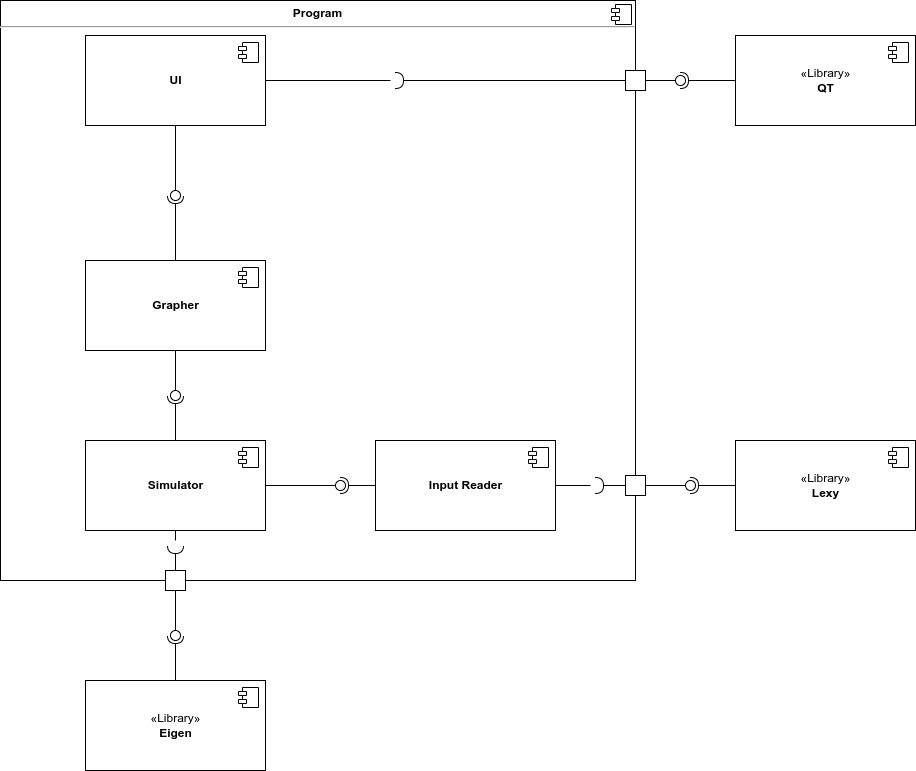
Above: design/diagrams/component/high level components.png in EmmanuelMess/ConstraintBasedSimulator (draw.io), before the change. Source tidied: cells renumbered, new cells last; positions are measured from the earlier drawing's top-left corner, leaving out a move shared by most shapes. The source it was exported from:
```xml
<mxGraphModel>
  <root>
    <mxCell id="0" />
    <mxCell id="1" parent="0" />
    <mxCell id="2" value="&lt;p style=&quot;margin:0px;margin-top:6px;text-align:center;&quot;&gt;&lt;b&gt;Program&lt;/b&gt;&lt;/p&gt;&lt;hr&gt;&lt;p style=&quot;margin:0px;margin-left:8px;&quot;&gt;&lt;br&gt;&lt;/p&gt;" style="align=left;overflow=fill;html=1;shadow=0;" parent="1" vertex="1">
      <mxGeometry width="635" height="580" as="geometry" />
    </mxCell>
    <mxCell id="3" style="shape=component;jettyWidth=8;jettyHeight=4;" parent="2" vertex="1">
      <mxGeometry x="1" width="20" height="20" relative="1" as="geometry">
        <mxPoint x="-24" y="4" as="offset" />
      </mxGeometry>
    </mxCell>
    <mxCell id="4" value="&lt;b&gt;UI&lt;/b&gt;" style="html=1;" parent="1" vertex="1">
      <mxGeometry x="85" y="35" width="180" height="90" as="geometry" />
    </mxCell>
    <mxCell id="5" style="shape=module;jettyWidth=8;jettyHeight=4;" parent="4" vertex="1">
      <mxGeometry x="1" width="20" height="20" relative="1" as="geometry">
        <mxPoint x="-27" y="7" as="offset" />
      </mxGeometry>
    </mxCell>
    <mxCell id="6" value="«Library»&lt;br&gt;&lt;b&gt;QT&lt;/b&gt;" style="html=1;" parent="1" vertex="1">
      <mxGeometry x="735" y="35" width="180" height="90" as="geometry" />
    </mxCell>
    <mxCell id="7" style="shape=module;jettyWidth=8;jettyHeight=4;" parent="6" vertex="1">
      <mxGeometry x="1" width="20" height="20" relative="1" as="geometry">
        <mxPoint x="-27" y="7" as="offset" />
      </mxGeometry>
    </mxCell>
    <mxCell id="8" value="&lt;b&gt;Grapher&lt;/b&gt;" style="html=1;" parent="1" vertex="1">
      <mxGeometry x="85" y="260" width="180" height="90" as="geometry" />
    </mxCell>
    <mxCell id="9" style="shape=module;jettyWidth=8;jettyHeight=4;" parent="8" vertex="1">
      <mxGeometry x="1" width="20" height="20" relative="1" as="geometry">
        <mxPoint x="-27" y="7" as="offset" />
      </mxGeometry>
    </mxCell>
    <mxCell id="10" style="rounded=0;jettySize=auto;html=1;endArrow=none;endFill=0;sketch=0;sourcePerimeterSpacing=0;targetPerimeterSpacing=0;" parent="1" edge="1" source="4" target="12">
      <mxGeometry relative="1" as="geometry" />
    </mxCell>
    <mxCell id="11" style="rounded=0;jettySize=auto;html=1;endArrow=halfCircle;endFill=0;entryX=0.5;entryY=0.5;endSize=6;strokeWidth=1;sketch=0;" parent="1" edge="1" source="8" target="12">
      <mxGeometry relative="1" as="geometry" />
    </mxCell>
    <mxCell id="12" style="ellipse;whiteSpace=wrap;html=1;align=center;points=[];outlineConnect=0;sketch=0;direction=south;" parent="1" vertex="1">
      <mxGeometry x="170" y="190" width="10" height="10" as="geometry" />
    </mxCell>
    <mxCell id="13" value="&lt;b&gt;Simulator&lt;/b&gt;" style="html=1;" parent="1" vertex="1">
      <mxGeometry x="85" y="440" width="180" height="90" as="geometry" />
    </mxCell>
    <mxCell id="14" style="shape=module;jettyWidth=8;jettyHeight=4;" parent="13" vertex="1">
      <mxGeometry x="1" width="20" height="20" relative="1" as="geometry">
        <mxPoint x="-27" y="7" as="offset" />
      </mxGeometry>
    </mxCell>
    <mxCell id="15" style="rounded=0;jettySize=auto;html=1;endArrow=none;endFill=0;sketch=0;sourcePerimeterSpacing=0;targetPerimeterSpacing=0;" parent="1" edge="1" source="8" target="17">
      <mxGeometry relative="1" as="geometry" />
    </mxCell>
    <mxCell id="16" style="rounded=0;jettySize=auto;html=1;endArrow=halfCircle;endFill=0;entryX=0.5;entryY=0.5;endSize=6;strokeWidth=1;sketch=0;" parent="1" edge="1" source="13" target="17">
      <mxGeometry relative="1" as="geometry" />
    </mxCell>
    <mxCell id="17" style="ellipse;whiteSpace=wrap;html=1;align=center;points=[];outlineConnect=0;sketch=0;" parent="1" vertex="1">
      <mxGeometry x="170" y="390" width="10" height="10" as="geometry" />
    </mxCell>
    <mxCell id="18" value="&lt;b&gt;Input Reader&lt;/b&gt;" style="html=1;" parent="1" vertex="1">
      <mxGeometry x="375" y="440" width="180" height="90" as="geometry" />
    </mxCell>
    <mxCell id="19" style="shape=module;jettyWidth=8;jettyHeight=4;" parent="18" vertex="1">
      <mxGeometry x="1" width="20" height="20" relative="1" as="geometry">
        <mxPoint x="-27" y="7" as="offset" />
      </mxGeometry>
    </mxCell>
    <mxCell id="20" style="rounded=0;jettySize=auto;html=1;endArrow=none;endFill=0;sketch=0;sourcePerimeterSpacing=0;targetPerimeterSpacing=0;" parent="1" edge="1" source="13" target="22">
      <mxGeometry relative="1" as="geometry" />
    </mxCell>
    <mxCell id="21" style="rounded=0;jettySize=auto;html=1;endArrow=halfCircle;endFill=0;entryX=0.5;entryY=0.5;endSize=6;strokeWidth=1;sketch=0;" parent="1" edge="1" source="18" target="22">
      <mxGeometry relative="1" as="geometry" />
    </mxCell>
    <mxCell id="22" style="ellipse;whiteSpace=wrap;html=1;align=center;points=[];outlineConnect=0;sketch=0;" parent="1" vertex="1">
      <mxGeometry x="335" y="480" width="10" height="10" as="geometry" />
    </mxCell>
    <mxCell id="23" value="«Library»&lt;br&gt;&lt;b&gt;Eigen&lt;/b&gt;" style="html=1;" parent="1" vertex="1">
      <mxGeometry x="85" y="680" width="180" height="90" as="geometry" />
    </mxCell>
    <mxCell id="24" style="shape=module;jettyWidth=8;jettyHeight=4;" parent="23" vertex="1">
      <mxGeometry x="1" width="20" height="20" relative="1" as="geometry">
        <mxPoint x="-27" y="7" as="offset" />
      </mxGeometry>
    </mxCell>
    <mxCell id="25" value="«Library»&lt;br&gt;&lt;b&gt;Lexy&lt;/b&gt;" style="html=1;" parent="1" vertex="1">
      <mxGeometry x="735" y="440" width="180" height="90" as="geometry" />
    </mxCell>
    <mxCell id="26" style="shape=module;jettyWidth=8;jettyHeight=4;" parent="25" vertex="1">
      <mxGeometry x="1" width="20" height="20" relative="1" as="geometry">
        <mxPoint x="-27" y="7" as="offset" />
      </mxGeometry>
    </mxCell>
    <mxCell id="27" style="html=1;rounded=0;fillColor=default;" parent="1" vertex="1">
      <mxGeometry x="625" y="70" width="20" height="20" as="geometry" />
    </mxCell>
    <mxCell id="28" style="html=1;rounded=0;fillColor=default;" parent="1" vertex="1">
      <mxGeometry x="625" y="475" width="20" height="20" as="geometry" />
    </mxCell>
    <mxCell id="29" style="html=1;rounded=0;fillColor=default;" parent="1" vertex="1">
      <mxGeometry x="165" y="570" width="20" height="20" as="geometry" />
    </mxCell>
    <mxCell id="30" style="rounded=0;jettySize=auto;html=1;endArrow=none;endFill=0;sketch=0;sourcePerimeterSpacing=0;targetPerimeterSpacing=0;" parent="1" edge="1" source="27" target="32">
      <mxGeometry relative="1" as="geometry" />
    </mxCell>
    <mxCell id="31" style="rounded=0;jettySize=auto;html=1;endArrow=halfCircle;endFill=0;entryX=0.5;entryY=0.5;endSize=6;strokeWidth=1;sketch=0;" parent="1" edge="1" source="6" target="32">
      <mxGeometry relative="1" as="geometry" />
    </mxCell>
    <mxCell id="32" style="ellipse;whiteSpace=wrap;html=1;align=center;points=[];outlineConnect=0;sketch=0;fillColor=default;" parent="1" vertex="1">
      <mxGeometry x="675" y="75" width="10" height="10" as="geometry" />
    </mxCell>
    <mxCell id="33" style="rounded=0;jettySize=auto;html=1;endArrow=none;endFill=0;sketch=0;sourcePerimeterSpacing=0;targetPerimeterSpacing=0;" parent="1" edge="1" source="28" target="35">
      <mxGeometry relative="1" as="geometry" />
    </mxCell>
    <mxCell id="34" style="rounded=0;jettySize=auto;html=1;endArrow=halfCircle;endFill=0;entryX=0.5;entryY=0.5;endSize=6;strokeWidth=1;sketch=0;" parent="1" edge="1" source="25" target="35">
      <mxGeometry relative="1" as="geometry" />
    </mxCell>
    <mxCell id="35" style="ellipse;whiteSpace=wrap;html=1;align=center;points=[];outlineConnect=0;sketch=0;fillColor=default;" parent="1" vertex="1">
      <mxGeometry x="685" y="480" width="10" height="10" as="geometry" />
    </mxCell>
    <mxCell id="36" style="rounded=0;jettySize=auto;html=1;endArrow=none;endFill=0;sketch=0;sourcePerimeterSpacing=0;targetPerimeterSpacing=0;" parent="1" edge="1" source="29" target="38">
      <mxGeometry relative="1" as="geometry" />
    </mxCell>
    <mxCell id="37" style="rounded=0;jettySize=auto;html=1;endArrow=halfCircle;endFill=0;entryX=0.5;entryY=0.5;endSize=6;strokeWidth=1;sketch=0;" parent="1" edge="1" source="23" target="38">
      <mxGeometry relative="1" as="geometry" />
    </mxCell>
    <mxCell id="38" style="ellipse;whiteSpace=wrap;html=1;align=center;points=[];outlineConnect=0;sketch=0;fillColor=default;" parent="1" vertex="1">
      <mxGeometry x="170" y="630" width="10" height="10" as="geometry" />
    </mxCell>
    <mxCell id="39" style="rounded=0;jettySize=auto;html=1;endArrow=none;endFill=0;sketch=0;sourcePerimeterSpacing=0;targetPerimeterSpacing=0;" parent="1" edge="1" source="4">
      <mxGeometry relative="1" as="geometry">
        <mxPoint x="390" y="80" as="targetPoint" />
      </mxGeometry>
    </mxCell>
    <mxCell id="40" style="rounded=0;jettySize=auto;html=1;endArrow=halfCircle;endFill=0;entryX=0.5;entryY=0.5;endSize=6;strokeWidth=1;sketch=0;" parent="1" edge="1" source="27">
      <mxGeometry relative="1" as="geometry">
        <mxPoint x="395" y="80" as="targetPoint" />
      </mxGeometry>
    </mxCell>
    <mxCell id="41" style="rounded=0;jettySize=auto;html=1;endArrow=none;endFill=0;sketch=0;sourcePerimeterSpacing=0;targetPerimeterSpacing=0;" parent="1" edge="1" source="18">
      <mxGeometry relative="1" as="geometry">
        <mxPoint x="590" y="485" as="targetPoint" />
      </mxGeometry>
    </mxCell>
    <mxCell id="42" style="rounded=0;jettySize=auto;html=1;endArrow=halfCircle;endFill=0;entryX=0.5;entryY=0.5;endSize=6;strokeWidth=1;sketch=0;" parent="1" edge="1" source="28">
      <mxGeometry relative="1" as="geometry">
        <mxPoint x="595" y="485" as="targetPoint" />
      </mxGeometry>
    </mxCell>
    <mxCell id="43" style="rounded=0;jettySize=auto;html=1;endArrow=none;endFill=0;sketch=0;sourcePerimeterSpacing=0;targetPerimeterSpacing=0;" parent="1" edge="1" source="13">
      <mxGeometry relative="1" as="geometry">
        <mxPoint x="175" y="540" as="targetPoint" />
      </mxGeometry>
    </mxCell>
    <mxCell id="44" style="rounded=0;jettySize=auto;html=1;endArrow=halfCircle;endFill=0;entryX=0.5;entryY=0.5;endSize=6;strokeWidth=1;sketch=0;" parent="1" edge="1" source="29">
      <mxGeometry relative="1" as="geometry">
        <mxPoint x="175" y="545" as="targetPoint" />
      </mxGeometry>
    </mxCell>
  </root>
</mxGraphModel>
```
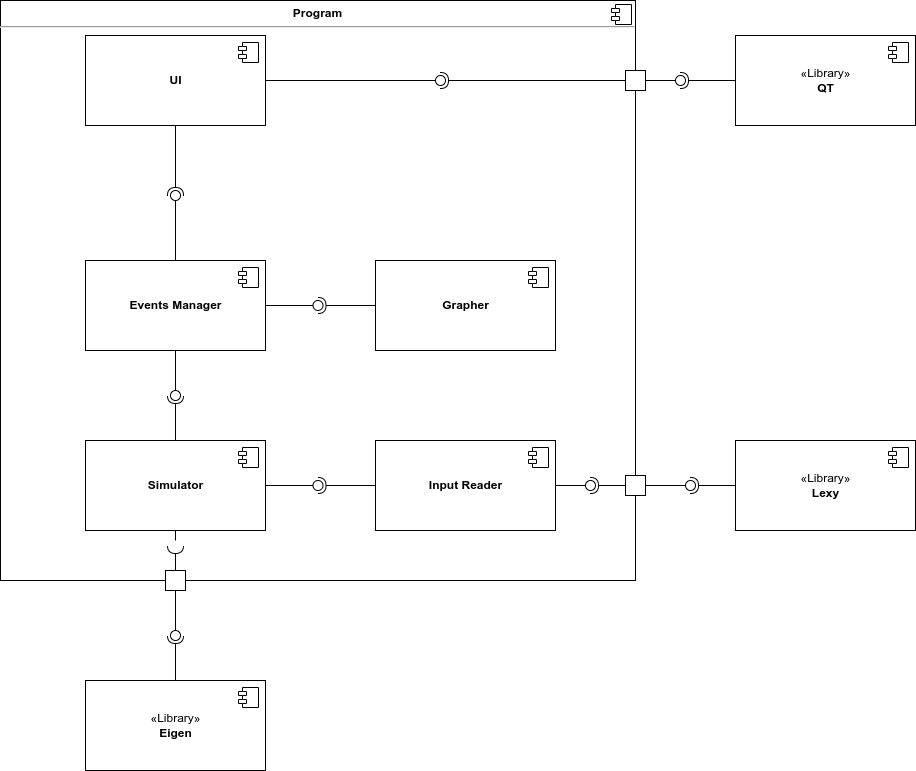
Above is the later version.

Commit message:
Add events manager to design

What changed in the source:
```diff
@@ -2,7 +2,7 @@
   <root>
     <mxCell id="0" />
     <mxCell id="1" parent="0" />
-    <mxCell id="2" value="&lt;p style=&quot;margin:0px;margin-top:6px;text-align:center;&quot;&gt;&lt;b&gt;Program&lt;/b&gt;&lt;/p&gt;&lt;hr&gt;&lt;p style=&quot;margin:0px;margin-left:8px;&quot;&gt;&lt;br&gt;&lt;/p&gt;" style="align=left;overflow=fill;html=1;shadow=0;" parent="1" vertex="1">
+    <mxCell id="2" value="&lt;p style=&quot;margin:0px;margin-top:6px;text-align:center;&quot;&gt;&lt;b&gt;Program&lt;/b&gt;&lt;/p&gt;&lt;hr&gt;&lt;p style=&quot;margin:0px;margin-left:8px;&quot;&gt;&lt;br&gt;&lt;/p&gt;" style="align=left;overflow=fill;html=1;shadow=0;fillColor=default;" parent="1" vertex="1">
       <mxGeometry width="635" height="580" as="geometry" />
     </mxCell>
     <mxCell id="3" style="shape=component;jettyWidth=8;jettyHeight=4;" parent="2" vertex="1">
@@ -26,18 +26,10 @@
         <mxPoint x="-27" y="7" as="offset" />
       </mxGeometry>
     </mxCell>
-    <mxCell id="8" value="&lt;b&gt;Grapher&lt;/b&gt;" style="html=1;" parent="1" vertex="1">
-      <mxGeometry x="85" y="260" width="180" height="90" as="geometry" />
-    </mxCell>
-    <mxCell id="9" style="shape=module;jettyWidth=8;jettyHeight=4;" parent="8" vertex="1">
-      <mxGeometry x="1" width="20" height="20" relative="1" as="geometry">
-        <mxPoint x="-27" y="7" as="offset" />
-      </mxGeometry>
-    </mxCell>
-    <mxCell id="10" style="rounded=0;jettySize=auto;html=1;endArrow=none;endFill=0;sketch=0;sourcePerimeterSpacing=0;targetPerimeterSpacing=0;" parent="1" edge="1" source="4" target="12">
+    <mxCell id="10" style="rounded=0;jettySize=auto;html=1;endArrow=none;endFill=0;sketch=0;sourcePerimeterSpacing=0;targetPerimeterSpacing=0;" parent="1" edge="1" source="45" target="12">
       <mxGeometry relative="1" as="geometry" />
     </mxCell>
-    <mxCell id="11" style="rounded=0;jettySize=auto;html=1;endArrow=halfCircle;endFill=0;entryX=0.5;entryY=0.5;endSize=6;strokeWidth=1;sketch=0;" parent="1" edge="1" source="8" target="12">
+    <mxCell id="11" style="rounded=0;jettySize=auto;html=1;endArrow=halfCircle;endFill=0;entryX=0.5;entryY=0.5;endSize=6;strokeWidth=1;sketch=0;" parent="1" edge="1" source="4" target="12">
       <mxGeometry relative="1" as="geometry" />
     </mxCell>
     <mxCell id="12" style="ellipse;whiteSpace=wrap;html=1;align=center;points=[];outlineConnect=0;sketch=0;direction=south;" parent="1" vertex="1">
@@ -51,7 +43,7 @@
         <mxPoint x="-27" y="7" as="offset" />
       </mxGeometry>
     </mxCell>
-    <mxCell id="15" style="rounded=0;jettySize=auto;html=1;endArrow=none;endFill=0;sketch=0;sourcePerimeterSpacing=0;targetPerimeterSpacing=0;" parent="1" edge="1" source="8" target="17">
+    <mxCell id="15" style="rounded=0;jettySize=auto;html=1;endArrow=none;endFill=0;sketch=0;sourcePerimeterSpacing=0;targetPerimeterSpacing=0;exitX=0.5;exitY=1;exitDx=0;exitDy=0;" parent="1" edge="1" source="45" target="17">
       <mxGeometry relative="1" as="geometry" />
     </mxCell>
     <mxCell id="16" style="rounded=0;jettySize=auto;html=1;endArrow=halfCircle;endFill=0;entryX=0.5;entryY=0.5;endSize=6;strokeWidth=1;sketch=0;" parent="1" edge="1" source="13" target="17">
@@ -75,7 +67,7 @@
       <mxGeometry relative="1" as="geometry" />
     </mxCell>
     <mxCell id="22" style="ellipse;whiteSpace=wrap;html=1;align=center;points=[];outlineConnect=0;sketch=0;" parent="1" vertex="1">
-      <mxGeometry x="335" y="480" width="10" height="10" as="geometry" />
+      <mxGeometry x="312.5" y="480" width="10" height="10" as="geometry" />
     </mxCell>
     <mxCell id="23" value="«Library»&lt;br&gt;&lt;b&gt;Eigen&lt;/b&gt;" style="html=1;" parent="1" vertex="1">
       <mxGeometry x="85" y="680" width="180" height="90" as="geometry" />
@@ -129,26 +121,6 @@
     <mxCell id="38" style="ellipse;whiteSpace=wrap;html=1;align=center;points=[];outlineConnect=0;sketch=0;fillColor=default;" parent="1" vertex="1">
       <mxGeometry x="170" y="630" width="10" height="10" as="geometry" />
     </mxCell>
-    <mxCell id="39" style="rounded=0;jettySize=auto;html=1;endArrow=none;endFill=0;sketch=0;sourcePerimeterSpacing=0;targetPerimeterSpacing=0;" parent="1" edge="1" source="4">
-      <mxGeometry relative="1" as="geometry">
-        <mxPoint x="390" y="80" as="targetPoint" />
-      </mxGeometry>
-    </mxCell>
-    <mxCell id="40" style="rounded=0;jettySize=auto;html=1;endArrow=halfCircle;endFill=0;entryX=0.5;entryY=0.5;endSize=6;strokeWidth=1;sketch=0;" parent="1" edge="1" source="27">
-      <mxGeometry relative="1" as="geometry">
-        <mxPoint x="395" y="80" as="targetPoint" />
-      </mxGeometry>
-    </mxCell>
-    <mxCell id="41" style="rounded=0;jettySize=auto;html=1;endArrow=none;endFill=0;sketch=0;sourcePerimeterSpacing=0;targetPerimeterSpacing=0;" parent="1" edge="1" source="18">
-      <mxGeometry relative="1" as="geometry">
-        <mxPoint x="590" y="485" as="targetPoint" />
-      </mxGeometry>
-    </mxCell>
-    <mxCell id="42" style="rounded=0;jettySize=auto;html=1;endArrow=halfCircle;endFill=0;entryX=0.5;entryY=0.5;endSize=6;strokeWidth=1;sketch=0;" parent="1" edge="1" source="28">
-      <mxGeometry relative="1" as="geometry">
-        <mxPoint x="595" y="485" as="targetPoint" />
-      </mxGeometry>
-    </mxCell>
     <mxCell id="43" style="rounded=0;jettySize=auto;html=1;endArrow=none;endFill=0;sketch=0;sourcePerimeterSpacing=0;targetPerimeterSpacing=0;" parent="1" edge="1" source="13">
       <mxGeometry relative="1" as="geometry">
         <mxPoint x="175" y="540" as="targetPoint" />
@@ -159,5 +131,48 @@
         <mxPoint x="175" y="545" as="targetPoint" />
       </mxGeometry>
     </mxCell>
+    <mxCell id="45" value="&lt;b&gt;Events Manager&lt;/b&gt;" style="html=1;" parent="1" vertex="1">
+      <mxGeometry x="85" y="260" width="180" height="90" as="geometry" />
+    </mxCell>
+    <mxCell id="46" style="shape=module;jettyWidth=8;jettyHeight=4;" parent="45" vertex="1">
+      <mxGeometry x="1" width="20" height="20" relative="1" as="geometry">
+        <mxPoint x="-27" y="7" as="offset" />
+      </mxGeometry>
+    </mxCell>
+    <mxCell id="8" value="&lt;b&gt;Grapher&lt;/b&gt;" style="html=1;" parent="1" vertex="1">
+      <mxGeometry x="375" y="260" width="180" height="90" as="geometry" />
+    </mxCell>
+    <mxCell id="47" style="shape=module;jettyWidth=8;jettyHeight=4;" parent="8" vertex="1">
+      <mxGeometry x="1" width="20" height="20" relative="1" as="geometry">
+        <mxPoint x="-27" y="7" as="offset" />
+      </mxGeometry>
+    </mxCell>
+    <mxCell id="48" style="rounded=0;jettySize=auto;html=1;endArrow=none;endFill=0;sketch=0;sourcePerimeterSpacing=0;targetPerimeterSpacing=0;" parent="1" edge="1" source="45" target="50">
+      <mxGeometry relative="1" as="geometry" />
+    </mxCell>
+    <mxCell id="49" style="rounded=0;jettySize=auto;html=1;endArrow=halfCircle;endFill=0;entryX=0.5;entryY=0.5;endSize=6;strokeWidth=1;sketch=0;" parent="1" edge="1" source="8" target="50">
+      <mxGeometry relative="1" as="geometry" />
+    </mxCell>
+    <mxCell id="50" style="ellipse;whiteSpace=wrap;html=1;align=center;points=[];outlineConnect=0;sketch=0;" parent="1" vertex="1">
+      <mxGeometry x="312.5" y="300" width="10" height="10" as="geometry" />
+    </mxCell>
+    <mxCell id="51" style="rounded=0;jettySize=auto;html=1;endArrow=none;endFill=0;sketch=0;sourcePerimeterSpacing=0;targetPerimeterSpacing=0;exitX=1;exitY=0.5;exitDx=0;exitDy=0;" parent="1" edge="1" source="4" target="53">
+      <mxGeometry relative="1" as="geometry" />
+    </mxCell>
+    <mxCell id="52" style="rounded=0;jettySize=auto;html=1;endArrow=halfCircle;endFill=0;entryX=0.5;entryY=0.5;endSize=6;strokeWidth=1;sketch=0;exitX=0;exitY=0.5;exitDx=0;exitDy=0;" parent="1" edge="1" source="27" target="53">
+      <mxGeometry relative="1" as="geometry" />
+    </mxCell>
+    <mxCell id="53" style="ellipse;whiteSpace=wrap;html=1;align=center;points=[];outlineConnect=0;sketch=0;fillColor=default;" parent="1" vertex="1">
+      <mxGeometry x="435" y="75" width="10" height="10" as="geometry" />
+    </mxCell>
+    <mxCell id="54" style="rounded=0;jettySize=auto;html=1;endArrow=none;endFill=0;sketch=0;sourcePerimeterSpacing=0;targetPerimeterSpacing=0;exitX=1;exitY=0.5;exitDx=0;exitDy=0;" parent="1" edge="1" source="18" target="56">
+      <mxGeometry relative="1" as="geometry" />
+    </mxCell>
+    <mxCell id="55" style="rounded=0;jettySize=auto;html=1;endArrow=halfCircle;endFill=0;entryX=0.5;entryY=0.5;endSize=6;strokeWidth=1;sketch=0;exitX=0;exitY=0.5;exitDx=0;exitDy=0;" parent="1" edge="1" source="28" target="56">
+      <mxGeometry relative="1" as="geometry" />
+    </mxCell>
+    <mxCell id="56" style="ellipse;whiteSpace=wrap;html=1;align=center;points=[];outlineConnect=0;sketch=0;fillColor=default;" parent="1" vertex="1">
+      <mxGeometry x="585" y="480" width="10" height="10" as="geometry" />
+    </mxCell>
   </root>
 </mxGraphModel>
```
